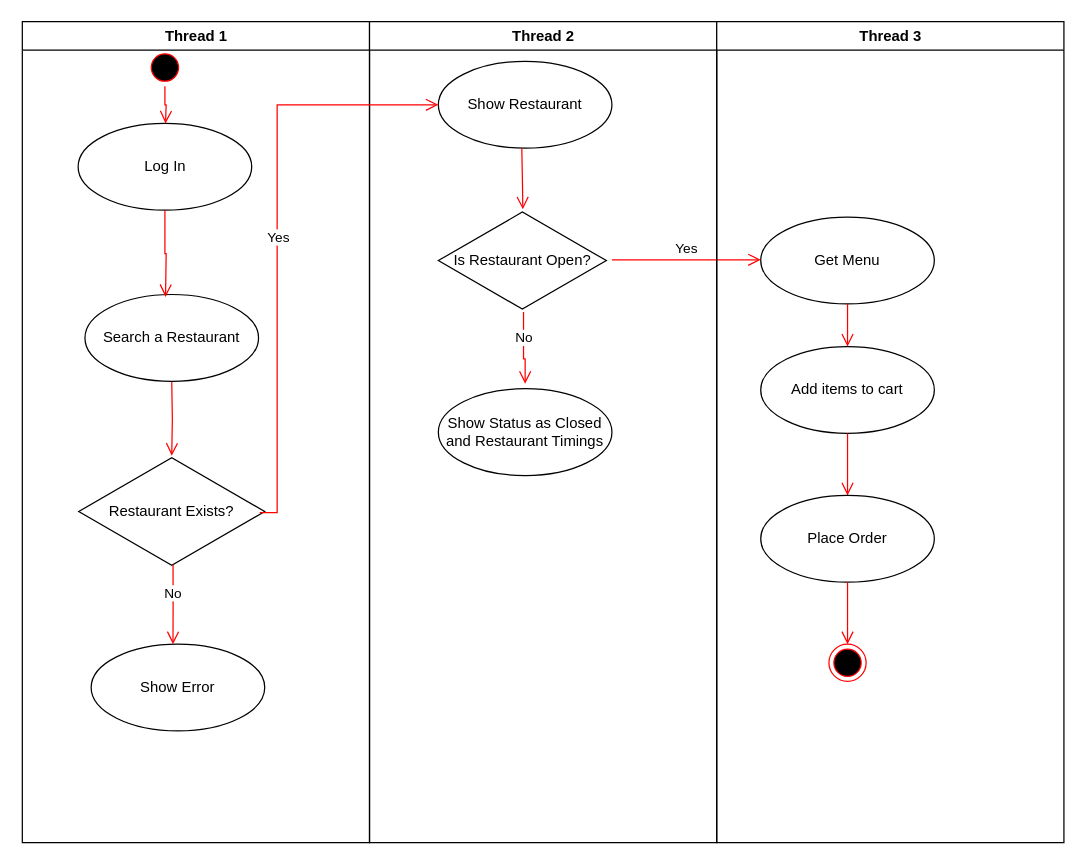
The draw.io diagram Restaurant Finder Activity Diagram.drawio in prakhardixit248/UpGrad_MS, before the edit. Source tidied: cells renumbered, new cells numbered last; positions are measured from the earlier drawing's top-left corner, leaving out a move shared by most shapes. Both pictures are drawn from the tidied source at 124%, with x=0, y=0 at pixel (21, 21).
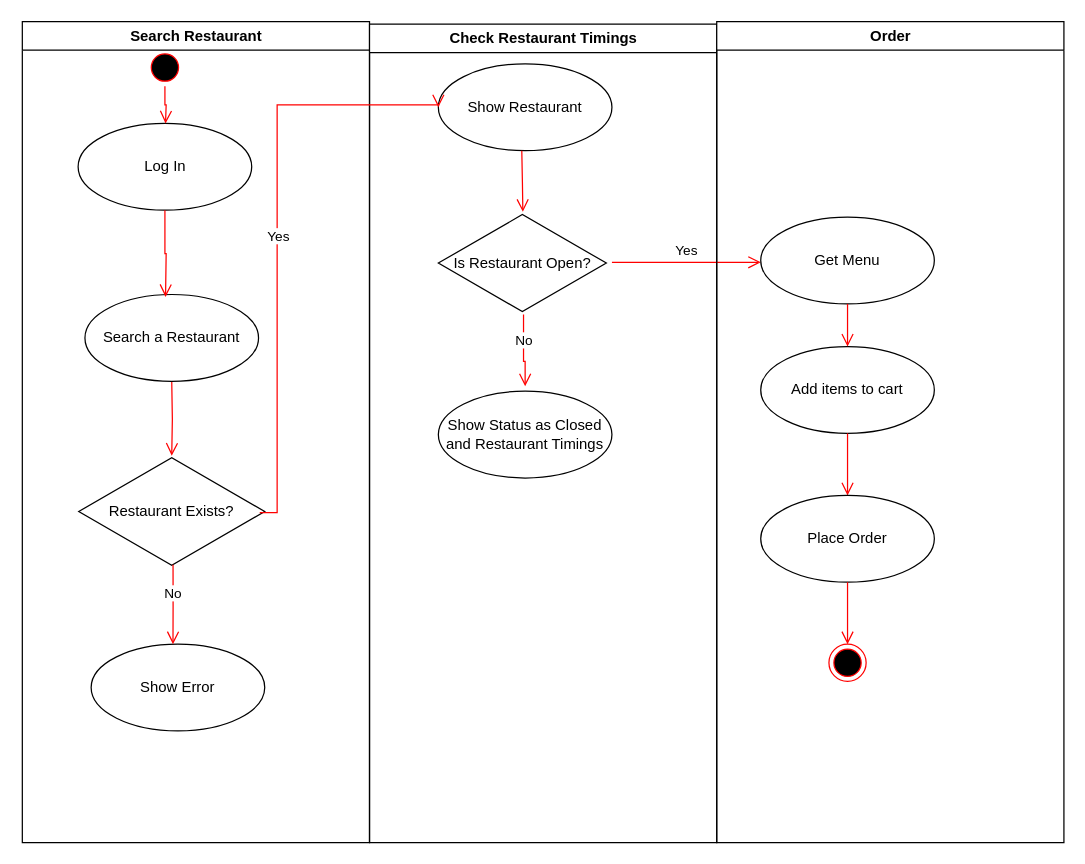
The same page after the edit.

Diff of the diagram source:
```diff
@@
-    <mxCell id="2" value="Thread 1" style="swimlane;whiteSpace=wrap;" parent="1" vertex="1">
+    <mxCell id="2" value="Search Restaurant" style="swimlane;whiteSpace=wrap;" parent="1" vertex="1">
       <mxGeometry x="0.5" width="280" height="662" as="geometry" />
     </mxCell>
@@
-    <mxCell id="10" value="Thread 2" style="swimlane;whiteSpace=wrap;" parent="1" vertex="1">
-      <mxGeometry x="280.5" width="280" height="662" as="geometry" />
+    <mxCell id="10" value="Check Restaurant Timings" style="swimlane;whiteSpace=wrap;" parent="1" vertex="1">
+      <mxGeometry x="280.5" y="2" width="280" height="660" as="geometry" />
     </mxCell>
@@
-    <mxCell id="17" value="Thread 3" style="swimlane;whiteSpace=wrap;" parent="1" vertex="1">
+    <mxCell id="17" value="Order" style="swimlane;whiteSpace=wrap;" parent="1" vertex="1">
       <mxGeometry x="560.5" width="280" height="662" as="geometry" />
     </mxCell>
```
